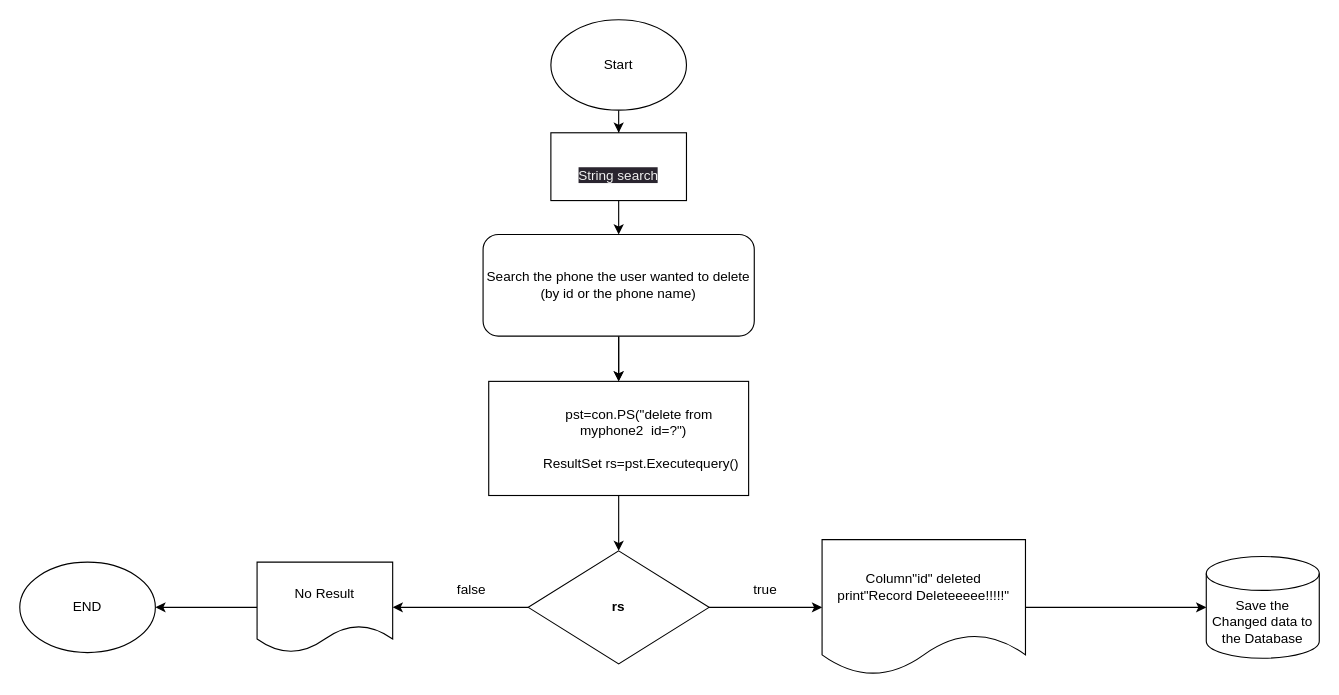
This is delete.drawio from khanh8603/khanh8603, a draw.io file, before an edit. Source tidied: cells renumbered, new cells numbered last; positions are measured from the earlier drawing's top-left corner, leaving out a move shared by most shapes. Both pictures are drawn from the tidied source at 113%, with x=0, y=0 at pixel (19, 19).
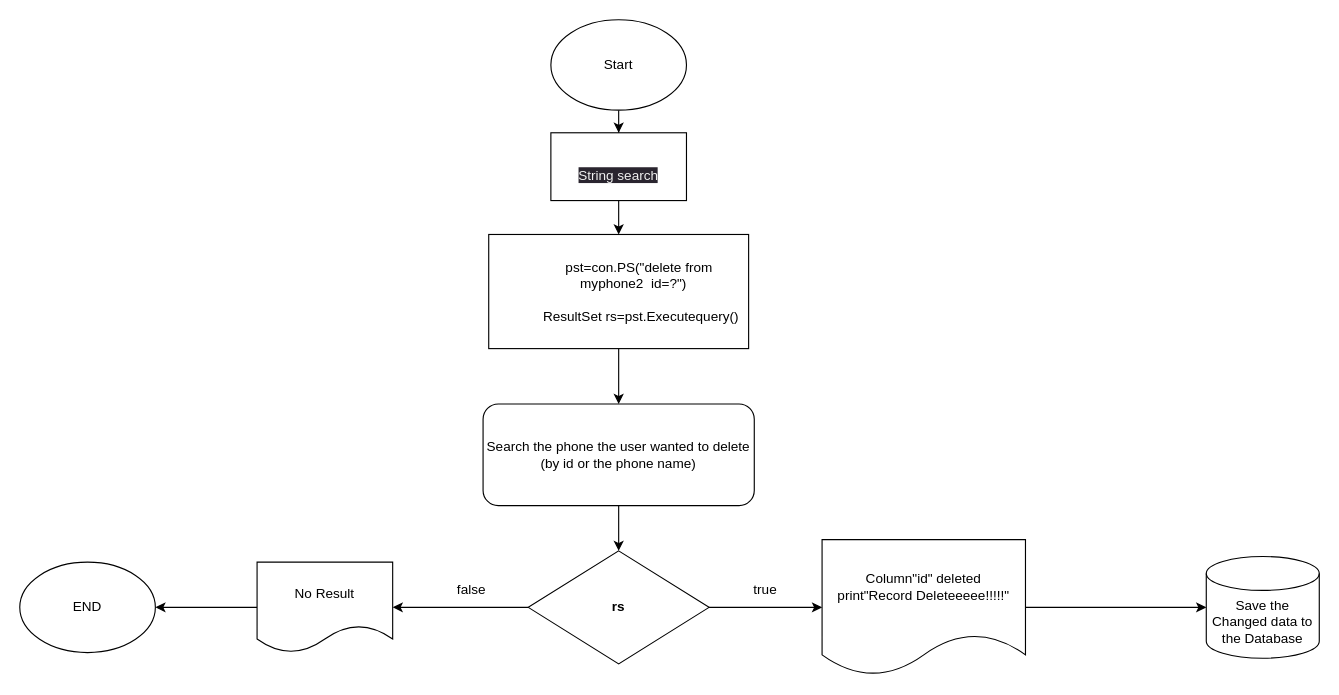
The same diagram, later.

Commit message:
Cập nhật delete.drawio

Unchanged cells that the change refers to:
```xml
<mxCell id="10" value="&lt;b&gt;rs&lt;/b&gt;" style="rhombus;whiteSpace=wrap;html=1;" parent="1" vertex="1">
  <mxGeometry x="450" y="470" width="160" height="100" as="geometry" />
</mxCell>
<mxCell id="17" value="&lt;br&gt;&lt;font color=&quot;#f0f0f0&quot;&gt;&lt;span style=&quot;background-color: rgb(42, 37, 47);&quot;&gt;String search&lt;/span&gt;&lt;/font&gt;" style="rounded=0;whiteSpace=wrap;html=1;" parent="1" vertex="1">
  <mxGeometry x="470" y="100" width="120" height="60" as="geometry" />
</mxCell>
```

The edit, as a diff of the source:
```diff
@@
-    <mxCell id="4" style="edgeStyle=orthogonalEdgeStyle;rounded=0;jettySize=auto;html=1;exitX=0.5;exitY=1;exitDx=0;exitDy=0;" parent="1" edge="1" source="21" target="7">
-      <mxGeometry relative="1" as="geometry" />
-    </mxCell>
-    <mxCell id="5" style="edgeStyle=orthogonalEdgeStyle;rounded=0;jettySize=auto;html=1;exitX=0.5;exitY=1;exitDx=0;exitDy=0;entryX=0.5;entryY=0;entryDx=0;entryDy=0;" parent="1" edge="1" source="21" target="7">
-      <mxGeometry relative="1" as="geometry" />
-    </mxCell>
-    <mxCell id="6" style="edgeStyle=orthogonalEdgeStyle;rounded=0;jettySize=auto;html=1;exitX=0.5;exitY=1;exitDx=0;exitDy=0;entryX=0.5;entryY=0;entryDx=0;entryDy=0;" parent="1" edge="1" source="7" target="10">
-      <mxGeometry relative="1" as="geometry" />
-    </mxCell>
+    <mxCell id="22" style="edgeStyle=orthogonalEdgeStyle;rounded=0;jettySize=auto;html=1;exitX=0.5;exitY=1;exitDx=0;exitDy=0;entryX=0.5;entryY=0;entryDx=0;entryDy=0;" parent="1" edge="1" source="7" target="21">
+      <mxGeometry relative="1" as="geometry" />
+    </mxCell>
     <mxCell id="7" value="&lt;span style=&quot;text-align: left;&quot;&gt;&amp;nbsp; &amp;nbsp; &amp;nbsp; &amp;nbsp; &amp;nbsp; &amp;nbsp;pst=con.PS(&quot;delete from&lt;/span&gt;&lt;br style=&quot;text-align: left;&quot;&gt;&lt;span style=&quot;text-align: left;&quot;&gt;&amp;nbsp; &amp;nbsp; &amp;nbsp; &amp;nbsp; myphone2&amp;nbsp; id=?&quot;)&lt;/span&gt;&lt;br style=&quot;text-align: left;&quot;&gt;&lt;span style=&quot;text-align: left;&quot;&gt;&amp;nbsp; &amp;nbsp; &amp;nbsp; &amp;nbsp; &amp;nbsp;&amp;nbsp;&lt;/span&gt;&lt;br style=&quot;text-align: left;&quot;&gt;&lt;span style=&quot;text-align: left;&quot;&gt;&amp;nbsp; &amp;nbsp; &amp;nbsp; &amp;nbsp; &amp;nbsp; &amp;nbsp; ResultSet rs=pst.Executequery()&lt;/span&gt;" style="rounded=0;whiteSpace=wrap;html=1;" parent="1" vertex="1">
-      <mxGeometry x="415" y="320" width="230" height="101" as="geometry" />
+      <mxGeometry x="415" y="190" width="230" height="101" as="geometry" />
     </mxCell>
@@
+    <mxCell id="23" style="edgeStyle=orthogonalEdgeStyle;rounded=0;jettySize=auto;html=1;exitX=0.5;exitY=1;exitDx=0;exitDy=0;entryX=0.5;entryY=0;entryDx=0;entryDy=0;" parent="1" edge="1" source="17" target="7">
+      <mxGeometry relative="1" as="geometry" />
+    </mxCell>
@@
-    <mxCell id="20" style="edgeStyle=orthogonalEdgeStyle;rounded=0;jettySize=auto;html=1;exitX=0.5;exitY=1;exitDx=0;exitDy=0;" parent="1" edge="1" source="17" target="21">
-      <mxGeometry relative="1" as="geometry" />
-    </mxCell>
+    <mxCell id="24" style="edgeStyle=orthogonalEdgeStyle;rounded=0;jettySize=auto;html=1;exitX=0.5;exitY=1;exitDx=0;exitDy=0;entryX=0.5;entryY=0;entryDx=0;entryDy=0;" parent="1" edge="1" source="21" target="10">
+      <mxGeometry relative="1" as="geometry" />
+    </mxCell>
     <mxCell id="21" value="Search the phone the user wanted to delete&lt;br&gt;(by id or the phone name)" style="rounded=1;whiteSpace=wrap;html=1;" parent="1" vertex="1">
-      <mxGeometry x="410" y="190" width="240" height="90" as="geometry" />
+      <mxGeometry x="410" y="340" width="240" height="90" as="geometry" />
     </mxCell>
```
